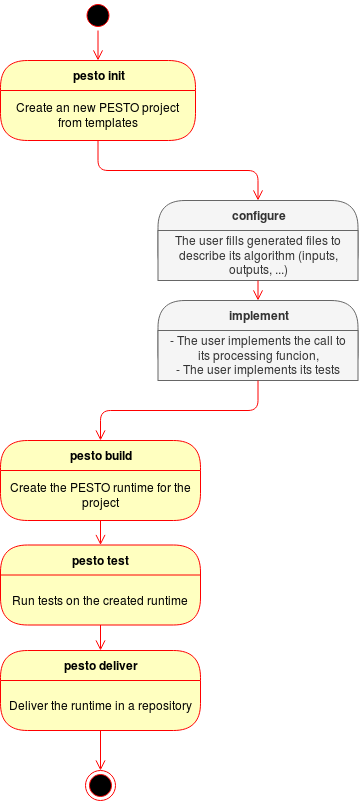
Earlier version of the draw.io export pesto-cli/docs/img/PestoWorkflow.png (AirbusDefenceAndSpace/pesto). Source tidied: cells renumbered, new cells last; positions are measured from the earlier drawing's top-left corner, leaving out a move shared by most shapes. Its diagram source:
```xml
<mxGraphModel>
  <root>
    <mxCell id="0" />
    <mxCell id="1" parent="0" />
    <mxCell id="2" style="ellipse;html=1;shape=startState;fillColor=#000000;strokeColor=#ff0000;" parent="1" vertex="1">
      <mxGeometry x="82.5" width="30" height="30" as="geometry" />
    </mxCell>
    <mxCell id="3" style="edgeStyle=orthogonalEdgeStyle;html=1;verticalAlign=bottom;endArrow=open;endSize=8;strokeColor=#ff0000;entryX=0.5;entryY=0;entryDx=0;entryDy=0;" parent="1" edge="1" source="2" target="4">
      <mxGeometry relative="1" as="geometry" />
    </mxCell>
    <mxCell id="4" value="pesto init" style="swimlane;html=1;fontStyle=1;align=center;verticalAlign=middle;horizontal=1;startSize=30;fontColor=#000000;rounded=1;arcSize=30;strokeColor=#ff0000;fillColor=#ffffc0;swimlaneFillColor=#ffffc0;" parent="1" vertex="1">
      <mxGeometry y="60" width="195" height="80" as="geometry" />
    </mxCell>
    <mxCell id="5" value="Create an new PESTO project from templates" style="text;html=1;strokeColor=none;fillColor=none;align=center;verticalAlign=middle;spacingLeft=4;spacingRight=4;whiteSpace=wrap;overflow=hidden;fontColor=#000000;" parent="4" vertex="1">
      <mxGeometry y="30" width="195" height="50" as="geometry" />
    </mxCell>
    <mxCell id="6" style="edgeStyle=orthogonalEdgeStyle;html=1;verticalAlign=bottom;endArrow=open;endSize=8;strokeColor=#ff0000;entryX=0.5;entryY=0;entryDx=0;entryDy=0;" parent="1" edge="1" source="4" target="7">
      <mxGeometry relative="1" as="geometry" />
    </mxCell>
    <mxCell id="7" value="configure" style="swimlane;html=1;fontStyle=1;align=center;verticalAlign=middle;horizontal=1;startSize=30;rounded=1;arcSize=30;strokeColor=#666666;fillColor=#f5f5f5;swimlaneFillColor=#ffffc0;fontColor=#333333;" parent="1" vertex="1">
      <mxGeometry x="157.5" y="200" width="200" height="80" as="geometry" />
    </mxCell>
    <mxCell id="8" value="The user fills generated files to describe its algorithm (inputs, outputs, ...)" style="text;html=1;strokeColor=#666666;fillColor=#f5f5f5;align=center;verticalAlign=middle;spacingLeft=4;spacingRight=4;whiteSpace=wrap;overflow=hidden;fontColor=#333333;" parent="7" vertex="1">
      <mxGeometry y="30" width="200" height="50" as="geometry" />
    </mxCell>
    <mxCell id="9" value="Fill generated file to describe your algorithm (inputs, outputs, ...)" style="text;html=1;strokeColor=none;fillColor=none;align=center;verticalAlign=middle;spacingLeft=4;spacingRight=4;whiteSpace=wrap;overflow=hidden;fontColor=#000000;" parent="7" vertex="1">
      <mxGeometry y="80" width="200" as="geometry" />
    </mxCell>
    <mxCell id="10" style="edgeStyle=orthogonalEdgeStyle;html=1;verticalAlign=bottom;endArrow=open;endSize=8;strokeColor=#ff0000;entryX=0.5;entryY=0;entryDx=0;entryDy=0;" parent="1" edge="1" source="7" target="11">
      <mxGeometry relative="1" as="geometry" />
    </mxCell>
    <mxCell id="11" value="implement" style="swimlane;html=1;fontStyle=1;align=center;verticalAlign=middle;horizontal=1;startSize=30;fontColor=#333333;rounded=1;arcSize=30;strokeColor=#666666;fillColor=#f5f5f5;swimlaneFillColor=#ffffc0;" parent="1" vertex="1">
      <mxGeometry x="157.5" y="300" width="200" height="80" as="geometry" />
    </mxCell>
    <mxCell id="12" value="&lt;div&gt;- The user implements the call to its processing funcion,&lt;/div&gt;&lt;div&gt;- The user implements its tests&lt;/div&gt;" style="text;html=1;strokeColor=#666666;fillColor=#f5f5f5;align=center;verticalAlign=middle;spacingLeft=4;spacingRight=4;whiteSpace=wrap;overflow=hidden;fontColor=#333333;" parent="11" vertex="1">
      <mxGeometry y="30" width="200" height="50" as="geometry" />
    </mxCell>
    <mxCell id="13" value="Fill generated file to describe your algorithm (inputs, outputs, ...)" style="text;html=1;strokeColor=none;fillColor=none;align=center;verticalAlign=middle;spacingLeft=4;spacingRight=4;whiteSpace=wrap;overflow=hidden;fontColor=#000000;" parent="11" vertex="1">
      <mxGeometry y="80" width="200" as="geometry" />
    </mxCell>
    <mxCell id="14" style="edgeStyle=orthogonalEdgeStyle;html=1;verticalAlign=bottom;endArrow=open;endSize=8;strokeColor=#ff0000;entryX=0.5;entryY=0;entryDx=0;entryDy=0;" parent="1" edge="1" source="11" target="15">
      <mxGeometry relative="1" as="geometry" />
    </mxCell>
    <mxCell id="15" value="pesto build" style="swimlane;html=1;fontStyle=1;align=center;verticalAlign=middle;horizontal=1;startSize=30;fontColor=#000000;rounded=1;arcSize=30;strokeColor=#ff0000;fillColor=#ffffc0;swimlaneFillColor=#ffffc0;" parent="1" vertex="1">
      <mxGeometry y="440" width="200" height="80" as="geometry" />
    </mxCell>
    <mxCell id="16" value="Create the PESTO runtime for the project" style="text;html=1;strokeColor=none;fillColor=none;align=center;verticalAlign=middle;spacingLeft=4;spacingRight=4;whiteSpace=wrap;overflow=hidden;fontColor=#000000;" parent="15" vertex="1">
      <mxGeometry y="30" width="200" height="50" as="geometry" />
    </mxCell>
    <mxCell id="17" value="pesto test" style="swimlane;html=1;fontStyle=1;align=center;verticalAlign=middle;horizontal=1;startSize=30;fontColor=#000000;rounded=1;arcSize=30;strokeColor=#ff0000;fillColor=#ffffc0;swimlaneFillColor=#ffffc0;" parent="1" vertex="1">
      <mxGeometry y="544.5" width="200" height="80" as="geometry" />
    </mxCell>
    <mxCell id="18" value="Run tests on the created runtime" style="text;html=1;strokeColor=none;fillColor=none;align=center;verticalAlign=middle;spacingLeft=4;spacingRight=4;whiteSpace=wrap;overflow=hidden;fontColor=#000000;" parent="17" vertex="1">
      <mxGeometry y="30" width="200" height="50" as="geometry" />
    </mxCell>
    <mxCell id="19" value="pesto deliver" style="swimlane;html=1;fontStyle=1;align=center;verticalAlign=middle;horizontal=1;startSize=30;fontColor=#000000;rounded=1;arcSize=30;strokeColor=#ff0000;fillColor=#ffffc0;swimlaneFillColor=#ffffc0;" parent="1" vertex="1">
      <mxGeometry y="650" width="200" height="80" as="geometry" />
    </mxCell>
    <mxCell id="20" value="Deliver the runtime in a repository" style="text;html=1;strokeColor=none;fillColor=none;align=center;verticalAlign=middle;spacingLeft=4;spacingRight=4;whiteSpace=wrap;overflow=hidden;fontColor=#000000;" parent="19" vertex="1">
      <mxGeometry y="30" width="200" height="50" as="geometry" />
    </mxCell>
    <mxCell id="21" style="edgeStyle=orthogonalEdgeStyle;html=1;verticalAlign=bottom;endArrow=open;endSize=8;strokeColor=#ff0000;entryX=0.5;entryY=0;entryDx=0;entryDy=0;exitX=0.5;exitY=1;exitDx=0;exitDy=0;" parent="1" edge="1" source="16" target="17">
      <mxGeometry relative="1" as="geometry" />
    </mxCell>
    <mxCell id="22" style="edgeStyle=orthogonalEdgeStyle;html=1;verticalAlign=bottom;endArrow=open;endSize=8;strokeColor=#ff0000;entryX=0.5;entryY=0;entryDx=0;entryDy=0;exitX=0.5;exitY=1;exitDx=0;exitDy=0;" parent="1" edge="1" source="18" target="19">
      <mxGeometry relative="1" as="geometry" />
    </mxCell>
    <mxCell id="23" style="ellipse;html=1;shape=endState;fillColor=#000000;strokeColor=#ff0000;" parent="1" vertex="1">
      <mxGeometry x="85" y="770" width="30" height="30" as="geometry" />
    </mxCell>
    <mxCell id="24" style="edgeStyle=orthogonalEdgeStyle;html=1;verticalAlign=bottom;endArrow=open;endSize=8;strokeColor=#ff0000;entryX=0.5;entryY=0;entryDx=0;entryDy=0;exitX=0.5;exitY=1;exitDx=0;exitDy=0;" parent="1" edge="1" source="20" target="23">
      <mxGeometry relative="1" as="geometry" />
    </mxCell>
  </root>
</mxGraphModel>
```
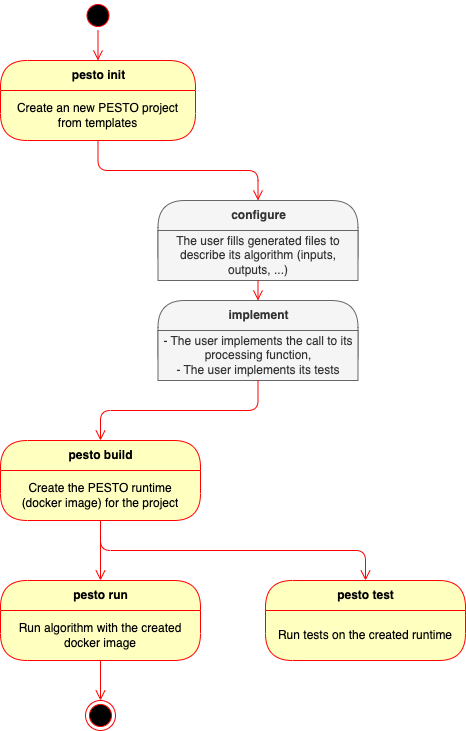
After the commit.

What changed in the source:
```diff
@@ -32,7 +32,7 @@
     <mxCell id="11" value="implement" style="swimlane;html=1;fontStyle=1;align=center;verticalAlign=middle;horizontal=1;startSize=30;fontColor=#333333;rounded=1;arcSize=30;strokeColor=#666666;fillColor=#f5f5f5;swimlaneFillColor=#ffffc0;" parent="1" vertex="1">
       <mxGeometry x="157.5" y="300" width="200" height="80" as="geometry" />
     </mxCell>
-    <mxCell id="12" value="&lt;div&gt;- The user implements the call to its processing funcion,&lt;/div&gt;&lt;div&gt;- The user implements its tests&lt;/div&gt;" style="text;html=1;strokeColor=#666666;fillColor=#f5f5f5;align=center;verticalAlign=middle;spacingLeft=4;spacingRight=4;whiteSpace=wrap;overflow=hidden;fontColor=#333333;" parent="11" vertex="1">
+    <mxCell id="12" value="&lt;div&gt;- The user implements the call to its processing function,&lt;/div&gt;&lt;div&gt;- The user implements its tests&lt;/div&gt;" style="text;html=1;strokeColor=#666666;fillColor=#f5f5f5;align=center;verticalAlign=middle;spacingLeft=4;spacingRight=4;whiteSpace=wrap;overflow=hidden;fontColor=#333333;" parent="11" vertex="1">
       <mxGeometry y="30" width="200" height="50" as="geometry" />
     </mxCell>
     <mxCell id="13" value="Fill generated file to describe your algorithm (inputs, outputs, ...)" style="text;html=1;strokeColor=none;fillColor=none;align=center;verticalAlign=middle;spacingLeft=4;spacingRight=4;whiteSpace=wrap;overflow=hidden;fontColor=#000000;" parent="11" vertex="1">
@@ -44,32 +44,34 @@
     <mxCell id="15" value="pesto build" style="swimlane;html=1;fontStyle=1;align=center;verticalAlign=middle;horizontal=1;startSize=30;fontColor=#000000;rounded=1;arcSize=30;strokeColor=#ff0000;fillColor=#ffffc0;swimlaneFillColor=#ffffc0;" parent="1" vertex="1">
       <mxGeometry y="440" width="200" height="80" as="geometry" />
     </mxCell>
-    <mxCell id="16" value="Create the PESTO runtime for the project" style="text;html=1;strokeColor=none;fillColor=none;align=center;verticalAlign=middle;spacingLeft=4;spacingRight=4;whiteSpace=wrap;overflow=hidden;fontColor=#000000;" parent="15" vertex="1">
+    <mxCell id="16" value="Create the PESTO runtime &lt;br&gt;(docker image) for the project" style="text;html=1;strokeColor=none;fillColor=none;align=center;verticalAlign=middle;spacingLeft=4;spacingRight=4;whiteSpace=wrap;overflow=hidden;fontColor=#000000;" parent="15" vertex="1">
       <mxGeometry y="30" width="200" height="50" as="geometry" />
     </mxCell>
-    <mxCell id="17" value="pesto test" style="swimlane;html=1;fontStyle=1;align=center;verticalAlign=middle;horizontal=1;startSize=30;fontColor=#000000;rounded=1;arcSize=30;strokeColor=#ff0000;fillColor=#ffffc0;swimlaneFillColor=#ffffc0;" parent="1" vertex="1">
-      <mxGeometry y="544.5" width="200" height="80" as="geometry" />
+    <mxCell id="17" value="pesto run" style="swimlane;html=1;fontStyle=1;align=center;verticalAlign=middle;horizontal=1;startSize=30;fontColor=#000000;rounded=1;arcSize=30;strokeColor=#ff0000;fillColor=#ffffc0;swimlaneFillColor=#ffffc0;" parent="1" vertex="1">
+      <mxGeometry y="580" width="200" height="80" as="geometry" />
     </mxCell>
-    <mxCell id="18" value="Run tests on the created runtime" style="text;html=1;strokeColor=none;fillColor=none;align=center;verticalAlign=middle;spacingLeft=4;spacingRight=4;whiteSpace=wrap;overflow=hidden;fontColor=#000000;" parent="17" vertex="1">
+    <mxCell id="18" value="Run algorithm with the created docker image" style="text;html=1;strokeColor=none;fillColor=none;align=center;verticalAlign=middle;spacingLeft=4;spacingRight=4;whiteSpace=wrap;overflow=hidden;fontColor=#000000;" parent="17" vertex="1">
       <mxGeometry y="30" width="200" height="50" as="geometry" />
     </mxCell>
-    <mxCell id="19" value="pesto deliver" style="swimlane;html=1;fontStyle=1;align=center;verticalAlign=middle;horizontal=1;startSize=30;fontColor=#000000;rounded=1;arcSize=30;strokeColor=#ff0000;fillColor=#ffffc0;swimlaneFillColor=#ffffc0;" parent="1" vertex="1">
-      <mxGeometry y="650" width="200" height="80" as="geometry" />
-    </mxCell>
-    <mxCell id="20" value="Deliver the runtime in a repository" style="text;html=1;strokeColor=none;fillColor=none;align=center;verticalAlign=middle;spacingLeft=4;spacingRight=4;whiteSpace=wrap;overflow=hidden;fontColor=#000000;" parent="19" vertex="1">
-      <mxGeometry y="30" width="200" height="50" as="geometry" />
-    </mxCell>
     <mxCell id="21" style="edgeStyle=orthogonalEdgeStyle;html=1;verticalAlign=bottom;endArrow=open;endSize=8;strokeColor=#ff0000;entryX=0.5;entryY=0;entryDx=0;entryDy=0;exitX=0.5;exitY=1;exitDx=0;exitDy=0;" parent="1" edge="1" source="16" target="17">
       <mxGeometry relative="1" as="geometry" />
     </mxCell>
-    <mxCell id="22" style="edgeStyle=orthogonalEdgeStyle;html=1;verticalAlign=bottom;endArrow=open;endSize=8;strokeColor=#ff0000;entryX=0.5;entryY=0;entryDx=0;entryDy=0;exitX=0.5;exitY=1;exitDx=0;exitDy=0;" parent="1" edge="1" source="18" target="19">
-      <mxGeometry relative="1" as="geometry" />
-    </mxCell>
     <mxCell id="23" style="ellipse;html=1;shape=endState;fillColor=#000000;strokeColor=#ff0000;" parent="1" vertex="1">
-      <mxGeometry x="85" y="770" width="30" height="30" as="geometry" />
+      <mxGeometry x="85" y="700" width="30" height="30" as="geometry" />
     </mxCell>
-    <mxCell id="24" style="edgeStyle=orthogonalEdgeStyle;html=1;verticalAlign=bottom;endArrow=open;endSize=8;strokeColor=#ff0000;entryX=0.5;entryY=0;entryDx=0;entryDy=0;exitX=0.5;exitY=1;exitDx=0;exitDy=0;" parent="1" edge="1" source="20" target="23">
-      <mxGeometry relative="1" as="geometry" />
+    <mxCell id="24" style="edgeStyle=orthogonalEdgeStyle;html=1;verticalAlign=bottom;endArrow=open;endSize=8;strokeColor=#ff0000;entryX=0.5;entryY=0;entryDx=0;entryDy=0;exitX=0.5;exitY=1;exitDx=0;exitDy=0;" parent="1" edge="1" target="23">
+      <mxGeometry relative="1" as="geometry">
+        <mxPoint x="100" y="660" as="sourcePoint" />
+      </mxGeometry>
     </mxCell>
+    <mxCell id="25" value="pesto test" style="swimlane;html=1;fontStyle=1;align=center;verticalAlign=middle;horizontal=1;startSize=30;fontColor=#000000;rounded=1;arcSize=30;strokeColor=#ff0000;fillColor=#ffffc0;swimlaneFillColor=#ffffc0;" parent="1" vertex="1">
+      <mxGeometry x="265" y="580" width="200" height="80" as="geometry" />
+    </mxCell>
+    <mxCell id="26" value="Run tests on the created runtime" style="text;html=1;strokeColor=none;fillColor=none;align=center;verticalAlign=middle;spacingLeft=4;spacingRight=4;whiteSpace=wrap;overflow=hidden;fontColor=#000000;" parent="25" vertex="1">
+      <mxGeometry y="30" width="200" height="50" as="geometry" />
+    </mxCell>
+    <mxCell id="27" style="edgeStyle=orthogonalEdgeStyle;html=1;verticalAlign=bottom;endArrow=open;endSize=8;strokeColor=#ff0000;entryX=0.5;entryY=0;entryDx=0;entryDy=0;exitX=0.5;exitY=1;exitDx=0;exitDy=0;" parent="1" edge="1" source="16" target="25">
+      <mxGeometry relative="1" as="geometry" />
+    </mxCell>
   </root>
 </mxGraphModel>
```
